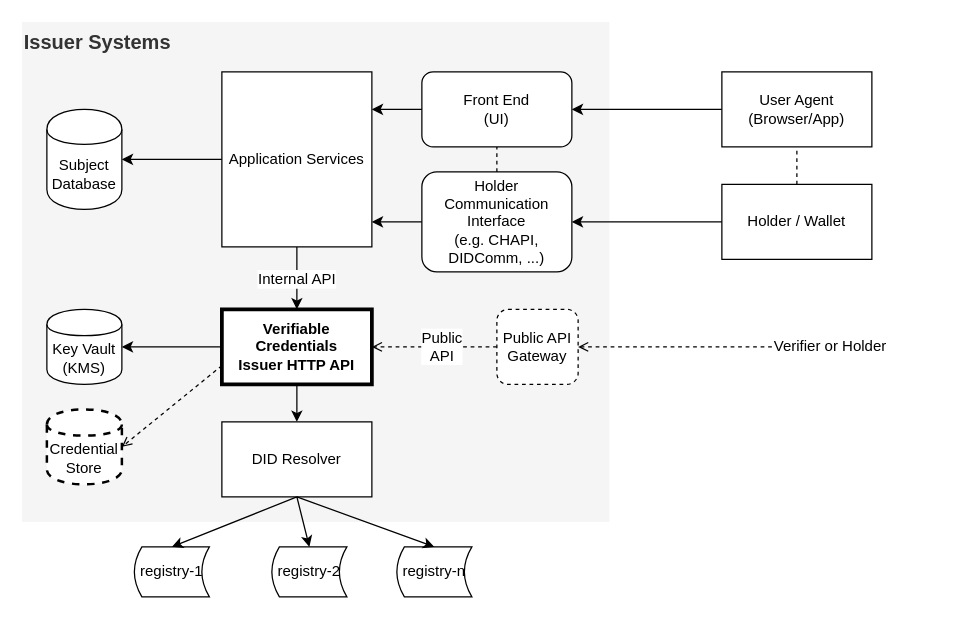
This is images/vc-issuer-http-api.drawio from w3c-ccg/vc-issuer-http-api, a draw.io file, before an edit. Source tidied: cells renumbered, new cells numbered last; positions are measured from the earlier drawing's top-left corner, leaving out a move shared by most shapes. Both pictures are drawn from the tidied source at 125%, with x=0, y=0 at pixel (21, 21).
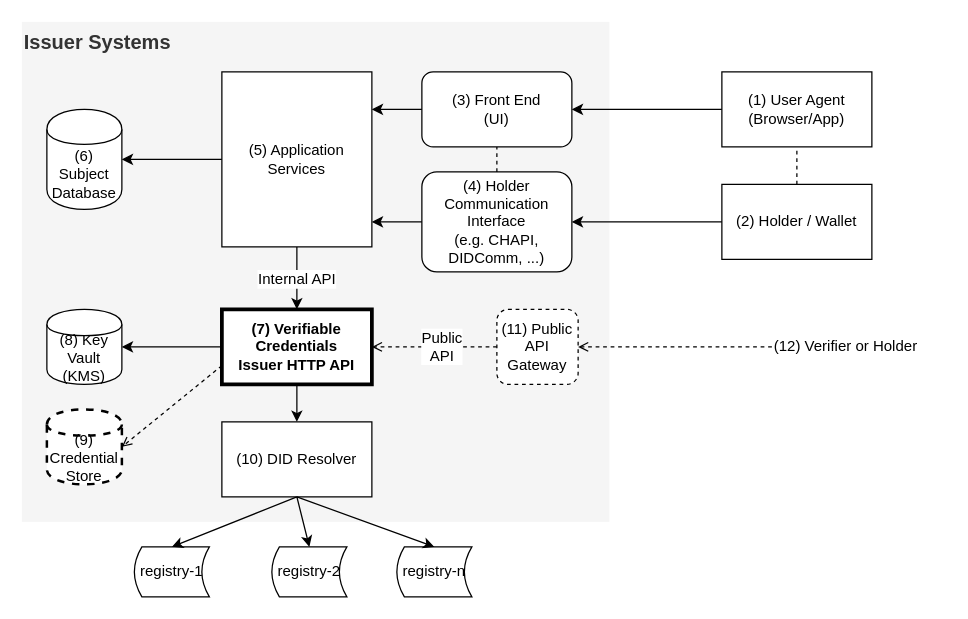
After the change.

Diff of the diagram source:
```diff
@@
-    <mxCell id="3" value="Front End&lt;br&gt;(UI)" style="rounded=1;whiteSpace=wrap;html=1;" parent="1" vertex="1">
+    <mxCell id="3" value="(3) Front End&lt;br&gt;(UI)" style="rounded=1;whiteSpace=wrap;html=1;" parent="1" vertex="1">
       <mxGeometry x="320" y="40" width="120" height="60" as="geometry" />
     </mxCell>
-    <mxCell id="4" value="Holder Communication&lt;br&gt;Interface&lt;br&gt;(e.g. CHAPI, DIDComm, ...)" style="rounded=1;whiteSpace=wrap;html=1;" parent="1" vertex="1">
+    <mxCell id="4" value="(4) Holder Communication&lt;br&gt;Interface&lt;br&gt;(e.g. CHAPI, DIDComm, ...)" style="rounded=1;whiteSpace=wrap;html=1;" parent="1" vertex="1">
       <mxGeometry x="320" y="120" width="120" height="80" as="geometry" />
     </mxCell>
-    <mxCell id="5" value="Application Services" style="rounded=0;whiteSpace=wrap;html=1;" parent="1" vertex="1">
+    <mxCell id="5" value="(5) Application Services" style="rounded=0;whiteSpace=wrap;html=1;" parent="1" vertex="1">
       <mxGeometry x="160" y="40" width="120" height="140" as="geometry" />
     </mxCell>
-    <mxCell id="6" value="Subject&lt;br&gt;Database" style="shape=cylinder;whiteSpace=wrap;html=1;boundedLbl=1;backgroundOutline=1;" parent="1" vertex="1">
+    <mxCell id="6" value="(6) Subject&lt;br&gt;Database" style="shape=cylinder;whiteSpace=wrap;html=1;boundedLbl=1;backgroundOutline=1;" parent="1" vertex="1">
       <mxGeometry x="20" y="70" width="60" height="80" as="geometry" />
     </mxCell>
-    <mxCell id="7" value="Verifiable&lt;br&gt;Credentials &lt;br&gt;Issuer HTTP API" style="rounded=0;whiteSpace=wrap;html=1;strokeWidth=3;fontStyle=1;" parent="1" vertex="1">
+    <mxCell id="7" value="(7) Verifiable&lt;br&gt;Credentials &lt;br&gt;Issuer HTTP API" style="rounded=0;whiteSpace=wrap;html=1;strokeWidth=3;fontStyle=1;" parent="1" vertex="1">
       <mxGeometry x="160" y="230" width="120" height="60" as="geometry" />
     </mxCell>
-    <mxCell id="8" value="DID Resolver" style="rounded=0;whiteSpace=wrap;html=1;" parent="1" vertex="1">
+    <mxCell id="8" value="(10) DID Resolver" style="rounded=0;whiteSpace=wrap;html=1;" parent="1" vertex="1">
       <mxGeometry x="160" y="320" width="120" height="60" as="geometry" />
     </mxCell>
-    <mxCell id="9" value="Credential Store" style="shape=cylinder;whiteSpace=wrap;html=1;boundedLbl=1;backgroundOutline=1;dashed=1;strokeWidth=2;" parent="1" vertex="1">
+    <mxCell id="9" value="(9) Credential Store" style="shape=cylinder;whiteSpace=wrap;html=1;boundedLbl=1;backgroundOutline=1;dashed=1;strokeWidth=2;" parent="1" vertex="1">
       <mxGeometry x="20" y="310" width="60" height="60" as="geometry" />
     </mxCell>
@@
-    <mxCell id="13" value="Public API&lt;br&gt;Gateway" style="rounded=1;whiteSpace=wrap;html=1;dashed=1;" parent="1" vertex="1">
+    <mxCell id="13" value="(11) Public API&lt;br&gt;Gateway" style="rounded=1;whiteSpace=wrap;html=1;dashed=1;" parent="1" vertex="1">
       <mxGeometry x="380" y="230" width="65" height="60" as="geometry" />
     </mxCell>
@@
-    <mxCell id="19" value="Key Vault&lt;br&gt;(KMS)" style="shape=cylinder;whiteSpace=wrap;html=1;boundedLbl=1;backgroundOutline=1;" parent="1" vertex="1">
+    <mxCell id="19" value="(8) Key Vault&lt;br&gt;(KMS)" style="shape=cylinder;whiteSpace=wrap;html=1;boundedLbl=1;backgroundOutline=1;" parent="1" vertex="1">
       <mxGeometry x="20" y="230" width="60" height="60" as="geometry" />
     </mxCell>
@@
-    <mxCell id="29" value="Holder / Wallet" style="rounded=0;whiteSpace=wrap;html=1;" parent="1" vertex="1">
+    <mxCell id="29" value="(2) Holder / Wallet" style="rounded=0;whiteSpace=wrap;html=1;" parent="1" vertex="1">
       <mxGeometry x="560" y="130" width="120" height="60" as="geometry" />
     </mxCell>
-    <mxCell id="30" value="User Agent&lt;br&gt;(Browser/App)" style="rounded=0;whiteSpace=wrap;html=1;" parent="1" vertex="1">
+    <mxCell id="30" value="(1) User Agent&lt;br&gt;(Browser/App)" style="rounded=0;whiteSpace=wrap;html=1;" parent="1" vertex="1">
       <mxGeometry x="560" y="40" width="120" height="60" as="geometry" />
     </mxCell>
@@
-    <mxCell id="35" value="Verifier or Holder" style="text;html=1;strokeColor=none;fillColor=none;align=left;verticalAlign=middle;whiteSpace=wrap;rounded=0;fontSize=12;" parent="1" vertex="1">
+    <mxCell id="35" value="(12) Verifier or Holder" style="text;html=1;strokeColor=none;fillColor=none;align=left;verticalAlign=middle;whiteSpace=wrap;rounded=0;fontSize=12;" parent="1" vertex="1">
       <mxGeometry x="600" y="250" width="140" height="20" as="geometry" />
     </mxCell>
```
